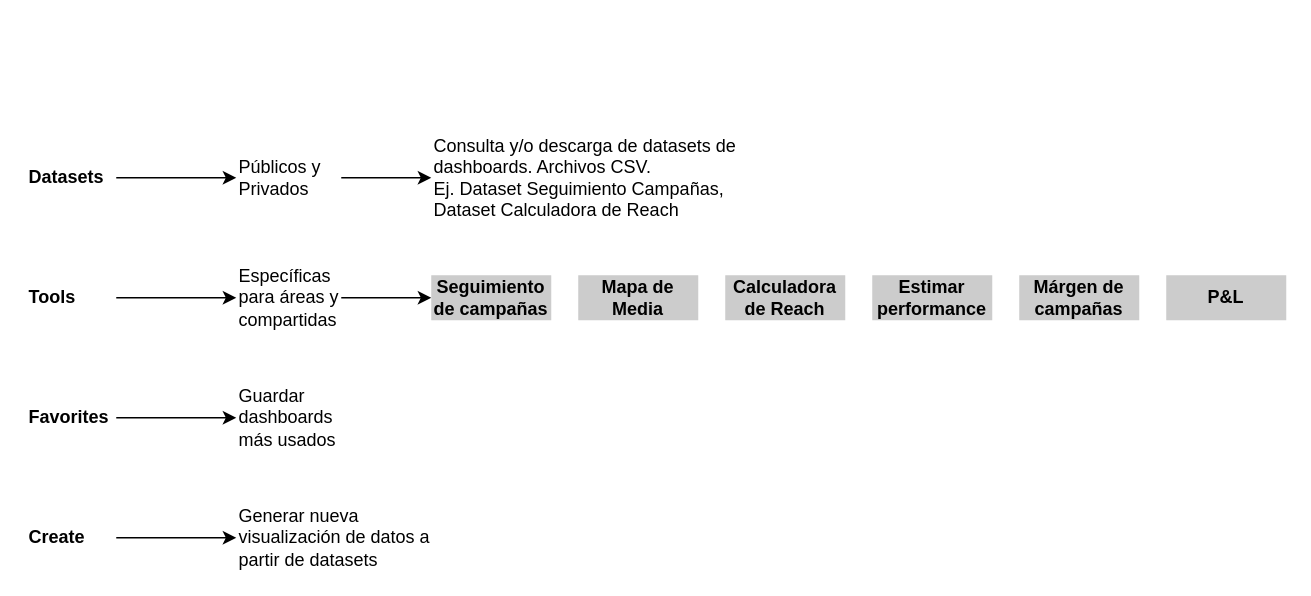
This is page "Page-1" (1 of 2) of DashboardsTool.drawio from KidsCorp/KC-ProductDev, a draw.io file, before an edit. Source tidied: cells renumbered, new cells numbered last; positions are measured from the earlier drawing's top-left corner, leaving out a move shared by most shapes. Both pictures are drawn from the tidied source at 150%, with x=0, y=0 at pixel (26, 162).
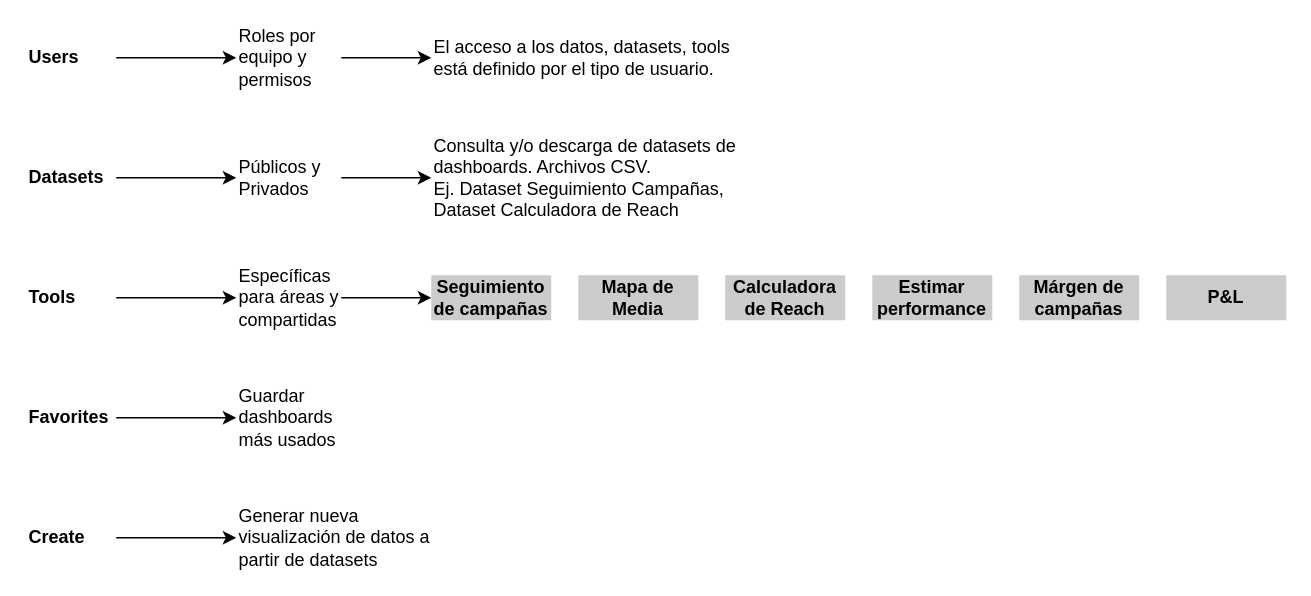
After the change.

Diff of the diagram source:
```diff
@@
+    <mxCell id="23" style="edgeStyle=orthogonalEdgeStyle;rounded=0;jettySize=auto;html=1;entryX=0;entryY=0.5;entryDx=0;entryDy=0;" parent="1" edge="1" source="24" target="26">
+      <mxGeometry relative="1" as="geometry" />
+    </mxCell>
+    <mxCell id="24" value="Users" style="text;html=1;fillColor=none;align=left;verticalAlign=middle;whiteSpace=wrap;rounded=0;fontStyle=1;" parent="1" vertex="1">
+      <mxGeometry y="-80" width="60" height="20" as="geometry" />
+    </mxCell>
+    <mxCell id="25" style="edgeStyle=orthogonalEdgeStyle;rounded=0;jettySize=auto;html=1;entryX=0;entryY=0.5;entryDx=0;entryDy=0;" parent="1" edge="1" source="26" target="27">
+      <mxGeometry relative="1" as="geometry" />
+    </mxCell>
+    <mxCell id="26" value="Roles por&amp;nbsp; equipo y permisos" style="text;html=1;strokeColor=none;fillColor=none;align=left;verticalAlign=middle;whiteSpace=wrap;rounded=0;" parent="1" vertex="1">
+      <mxGeometry x="140" y="-80" width="70" height="20" as="geometry" />
+    </mxCell>
+    <mxCell id="27" value="El acceso a los datos, datasets, tools está definido por el tipo de usuario." style="text;html=1;strokeColor=none;fillColor=none;align=left;verticalAlign=middle;whiteSpace=wrap;rounded=0;" parent="1" vertex="1">
+      <mxGeometry x="270" y="-80" width="210" height="20" as="geometry" />
+    </mxCell>
```
